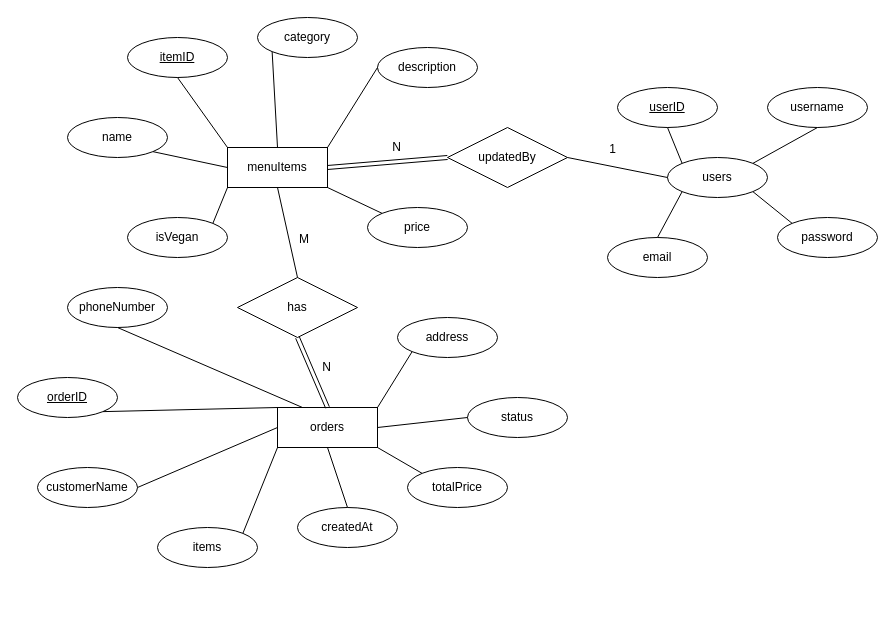
frja2400/dt207g-project-restapi keeps this draw.io diagram as diagram/restaurant_diagram.drawio. Above is the earlier version. Source tidied: cells renumbered, new cells numbered last; positions are measured from the earlier drawing's top-left corner, leaving out a move shared by most shapes. Both pictures are drawn from the tidied source at 100%, with x=0, y=0 at pixel (17, 17).
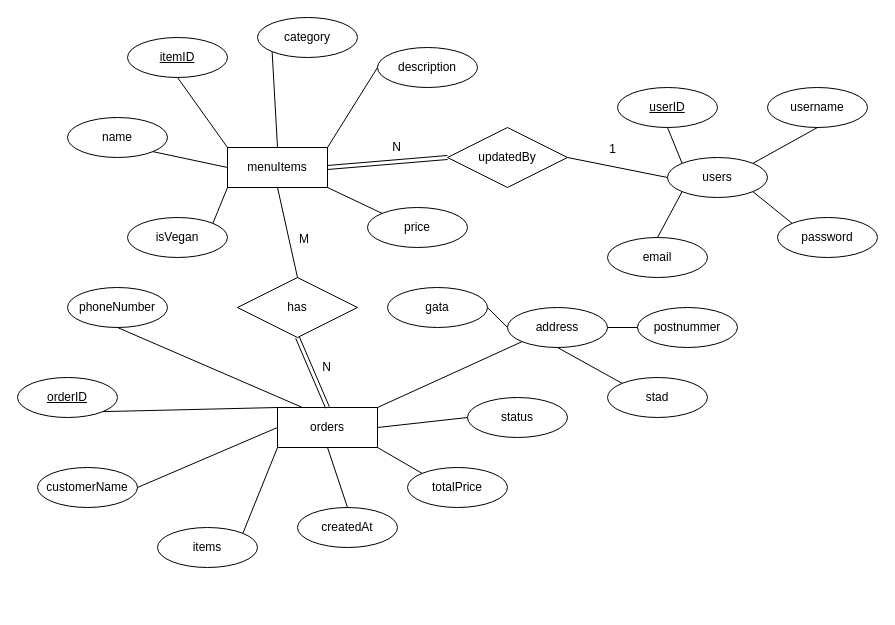
After the change.

Commit message (it also covers changes not shown here):
Uppdaterade ER-diagram. Skapade och exporterade mongoose-scheman för User, MenuItem och Order - inklusive validering och relationer.

Change to the diagram source:
```diff
@@
     <mxCell id="19" value="address" style="ellipse;whiteSpace=wrap;html=1;align=center;" parent="1" vertex="1">
-      <mxGeometry x="380" y="300" width="100" height="40" as="geometry" />
+      <mxGeometry x="490" y="290" width="100" height="40" as="geometry" />
     </mxCell>
@@
+    <mxCell id="51" value="stad" style="ellipse;whiteSpace=wrap;html=1;align=center;" parent="1" vertex="1">
+      <mxGeometry x="590" y="360" width="100" height="40" as="geometry" />
+    </mxCell>
+    <mxCell id="52" value="gata" style="ellipse;whiteSpace=wrap;html=1;align=center;" parent="1" vertex="1">
+      <mxGeometry x="370" y="270" width="100" height="40" as="geometry" />
+    </mxCell>
+    <mxCell id="53" value="postnummer" style="ellipse;whiteSpace=wrap;html=1;align=center;" parent="1" vertex="1">
+      <mxGeometry x="620" y="290" width="100" height="40" as="geometry" />
+    </mxCell>
+    <mxCell id="54" style="endArrow=none;html=1;rounded=0;entryX=1;entryY=0.5;entryDx=0;entryDy=0;exitX=0;exitY=0.5;exitDx=0;exitDy=0;" parent="1" edge="1" source="19" target="52">
+      <mxGeometry relative="1" as="geometry" />
+    </mxCell>
+    <mxCell id="55" style="endArrow=none;html=1;rounded=0;exitX=1;exitY=0.5;exitDx=0;exitDy=0;entryX=0;entryY=0.5;entryDx=0;entryDy=0;" parent="1" edge="1" source="19" target="53">
+      <mxGeometry relative="1" as="geometry" />
+    </mxCell>
+    <mxCell id="56" style="endArrow=none;html=1;rounded=0;exitX=0.5;exitY=1;exitDx=0;exitDy=0;entryX=0;entryY=0;entryDx=0;entryDy=0;" parent="1" edge="1" source="19" target="51">
+      <mxGeometry relative="1" as="geometry" />
+    </mxCell>
```
